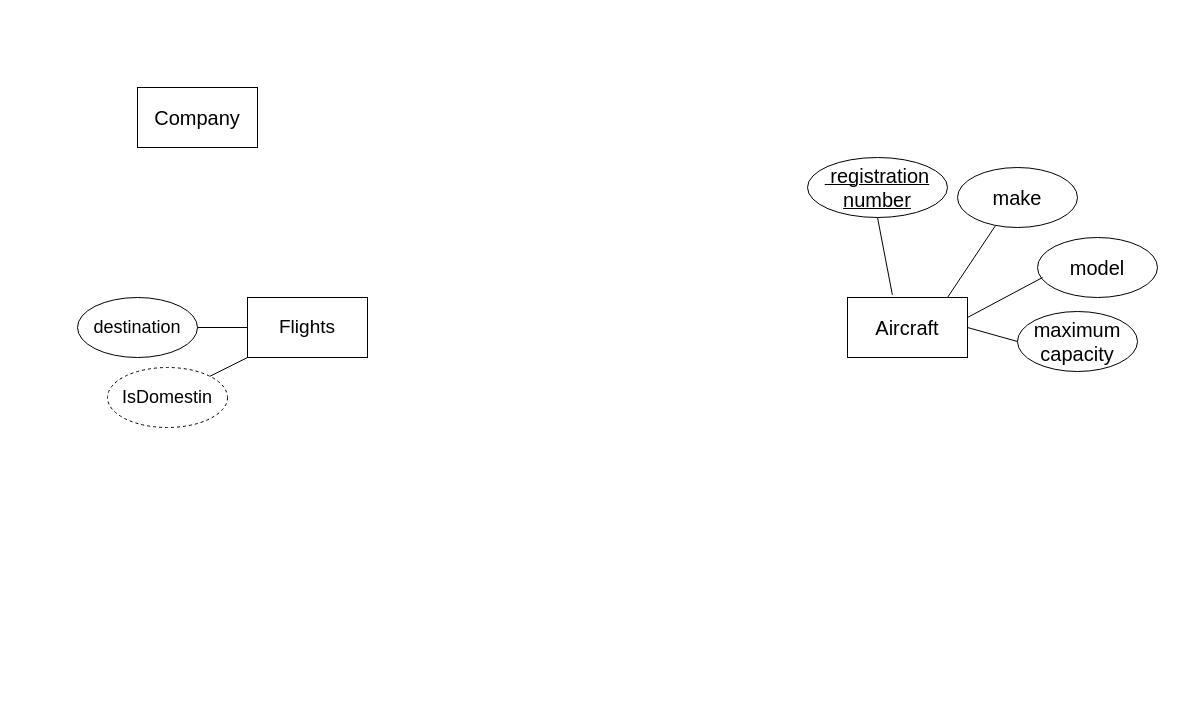
vomit21100/temp keeps this draw.io diagram as Untitled Diagram.drawio. Above is the earlier version. Source tidied: cells renumbered, new cells numbered last; positions are measured from the earlier drawing's top-left corner, leaving out a move shared by most shapes. Both pictures are drawn from the tidied source at 100%, with x=0, y=0 at pixel (77, 87).
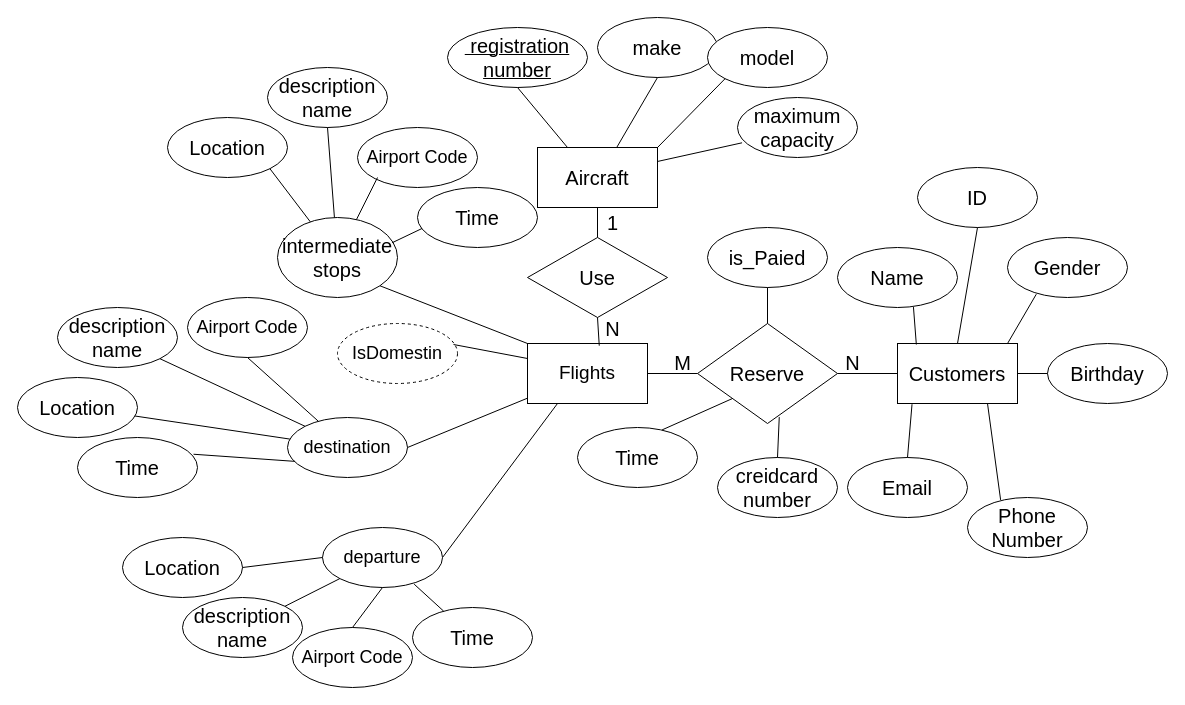
The same diagram, later.

The edit, as a diff of the source:
```diff
@@
-    <mxCell id="2" value="&lt;font style=&quot;font-size: 20px&quot;&gt;Company&lt;/font&gt;" style="rounded=0;whiteSpace=wrap;html=1;" parent="1" vertex="1">
-      <mxGeometry x="60" width="120" height="60" as="geometry" />
-    </mxCell>
     <mxCell id="3" value="&lt;font style=&quot;font-size: 20px&quot;&gt;Aircraft&lt;/font&gt;" style="rounded=0;whiteSpace=wrap;html=1;" parent="1" vertex="1">
-      <mxGeometry x="770" y="210" width="120" height="60" as="geometry" />
+      <mxGeometry x="460" y="60" width="120" height="60" as="geometry" />
     </mxCell>
     <mxCell id="4" value="&lt;u&gt;&lt;font style=&quot;font-size: 20px&quot;&gt;&amp;nbsp;registration number&lt;/font&gt;&lt;/u&gt;" style="ellipse;whiteSpace=wrap;html=1;" parent="1" vertex="1">
-      <mxGeometry x="730" y="70" width="140" height="60" as="geometry" />
+      <mxGeometry x="370" y="-60" width="140" height="60" as="geometry" />
     </mxCell>
-    <mxCell id="5" style="endArrow=none;html=1;rounded=0;entryX=0.5;entryY=1;entryDx=0;entryDy=0;exitX=0.374;exitY=-0.044;exitDx=0;exitDy=0;exitPerimeter=0;" parent="1" edge="1" source="3" target="4">
+    <mxCell id="5" style="endArrow=none;html=1;rounded=0;entryX=0.5;entryY=1;entryDx=0;entryDy=0;exitX=0.25;exitY=0;exitDx=0;exitDy=0;" parent="1" edge="1" source="3" target="4">
       <mxGeometry relative="1" as="geometry" />
     </mxCell>
     <mxCell id="6" value="&lt;font style=&quot;font-size: 20px&quot;&gt;make&lt;/font&gt;" style="ellipse;whiteSpace=wrap;html=1;" parent="1" vertex="1">
-      <mxGeometry x="880" y="80" width="120" height="60" as="geometry" />
+      <mxGeometry x="520" y="-70" width="120" height="60" as="geometry" />
     </mxCell>
     <mxCell id="7" value="&lt;font style=&quot;font-size: 20px&quot;&gt;model&lt;/font&gt;" style="ellipse;whiteSpace=wrap;html=1;" parent="1" vertex="1">
-      <mxGeometry x="960" y="150" width="120" height="60" as="geometry" />
+      <mxGeometry x="630" y="-60" width="120" height="60" as="geometry" />
     </mxCell>
     <mxCell id="8" value="&lt;font style=&quot;font-size: 20px&quot;&gt;maximum capacity&lt;/font&gt;" style="ellipse;whiteSpace=wrap;html=1;" parent="1" vertex="1">
-      <mxGeometry x="940" y="224" width="120" height="60" as="geometry" />
+      <mxGeometry x="660" y="10" width="120" height="60" as="geometry" />
     </mxCell>
-    <mxCell id="9" style="endArrow=none;html=1;rounded=0;entryX=0.317;entryY=0.967;entryDx=0;entryDy=0;entryPerimeter=0;" parent="1" edge="1" target="6">
-      <mxGeometry relative="1" as="geometry">
-        <mxPoint x="870" y="210" as="sourcePoint" />
-      </mxGeometry>
+    <mxCell id="9" style="endArrow=none;html=1;rounded=0;entryX=0.5;entryY=1;entryDx=0;entryDy=0;exitX=0.662;exitY=-0.007;exitDx=0;exitDy=0;exitPerimeter=0;" parent="1" edge="1" source="3" target="6">
+      <mxGeometry relative="1" as="geometry" />
     </mxCell>
-    <mxCell id="10" style="endArrow=none;html=1;rounded=0;entryX=0.042;entryY=0.667;entryDx=0;entryDy=0;entryPerimeter=0;" parent="1" edge="1" target="7">
-      <mxGeometry relative="1" as="geometry">
-        <mxPoint x="890" y="230" as="sourcePoint" />
-      </mxGeometry>
+    <mxCell id="10" style="endArrow=none;html=1;rounded=0;entryX=0;entryY=1;entryDx=0;entryDy=0;exitX=1;exitY=0;exitDx=0;exitDy=0;" parent="1" edge="1" source="3" target="7">
+      <mxGeometry relative="1" as="geometry" />
     </mxCell>
-    <mxCell id="11" style="endArrow=none;html=1;rounded=0;entryX=0;entryY=0.5;entryDx=0;entryDy=0;" parent="1" edge="1" target="8">
-      <mxGeometry relative="1" as="geometry">
-        <mxPoint x="890" y="240" as="sourcePoint" />
-      </mxGeometry>
+    <mxCell id="11" style="endArrow=none;html=1;rounded=0;entryX=0.038;entryY=0.755;entryDx=0;entryDy=0;entryPerimeter=0;exitX=1;exitY=0.233;exitDx=0;exitDy=0;exitPerimeter=0;" parent="1" edge="1" source="3" target="8">
+      <mxGeometry relative="1" as="geometry" />
     </mxCell>
     <mxCell id="12" value="&lt;font style=&quot;font-size: 19px&quot;&gt;Flights&lt;/font&gt;" style="rounded=0;whiteSpace=wrap;html=1;" parent="1" vertex="1">
-      <mxGeometry x="170" y="210" width="120" height="60" as="geometry" />
+      <mxGeometry x="450" y="256" width="120" height="60" as="geometry" />
     </mxCell>
     <mxCell id="13" value="&lt;font style=&quot;font-size: 18px&quot;&gt;destination&lt;/font&gt;" style="ellipse;whiteSpace=wrap;html=1;" parent="1" vertex="1">
-      <mxGeometry y="210" width="120" height="60" as="geometry" />
+      <mxGeometry x="210" y="330" width="120" height="60" as="geometry" />
     </mxCell>
-    <mxCell id="14" style="endArrow=none;html=1;rounded=0;fontSize=20;" parent="1" edge="1" target="12">
-      <mxGeometry relative="1" as="geometry">
-        <mxPoint x="120" y="240" as="sourcePoint" />
-      </mxGeometry>
+    <mxCell id="14" style="endArrow=none;html=1;rounded=0;fontSize=20;exitX=1;exitY=0.5;exitDx=0;exitDy=0;" parent="1" edge="1" source="13" target="12">
+      <mxGeometry relative="1" as="geometry" />
     </mxCell>
     <mxCell id="15" value="&lt;span style=&quot;font-size: 18px&quot;&gt;IsDomestin&lt;/span&gt;" style="ellipse;whiteSpace=wrap;html=1;dashed=1;" parent="1" vertex="1">
-      <mxGeometry x="30" y="280" width="120" height="60" as="geometry" />
+      <mxGeometry x="260" y="236" width="120" height="60" as="geometry" />
     </mxCell>
-    <mxCell id="16" style="endArrow=none;html=1;rounded=0;fontSize=20;entryX=0;entryY=1;entryDx=0;entryDy=0;exitX=1;exitY=0;exitDx=0;exitDy=0;" parent="1" edge="1" source="15" target="12">
+    <mxCell id="16" style="endArrow=none;html=1;rounded=0;fontSize=20;entryX=0;entryY=0.25;entryDx=0;entryDy=0;exitX=0.967;exitY=0.35;exitDx=0;exitDy=0;exitPerimeter=0;" parent="1" edge="1" source="15" target="12">
       <mxGeometry relative="1" as="geometry" />
     </mxCell>
+    <mxCell id="17" style="endArrow=none;html=1;rounded=0;fontSize=20;entryX=0.25;entryY=1;entryDx=0;entryDy=0;exitX=1;exitY=0.5;exitDx=0;exitDy=0;" parent="1" edge="1" source="18" target="12">
+      <mxGeometry relative="1" as="geometry" />
+    </mxCell>
+    <mxCell id="18" value="&lt;span style=&quot;font-size: 18px&quot;&gt;departure&lt;/span&gt;" style="ellipse;whiteSpace=wrap;html=1;" parent="1" vertex="1">
+      <mxGeometry x="245" y="440" width="120" height="60" as="geometry" />
+    </mxCell>
+    <mxCell id="19" value="&lt;span style=&quot;font-size: 18px&quot;&gt;Airport Code&lt;/span&gt;" style="ellipse;whiteSpace=wrap;html=1;" parent="1" vertex="1">
+      <mxGeometry x="110" y="210" width="120" height="60" as="geometry" />
+    </mxCell>
+    <mxCell id="20" style="endArrow=none;html=1;rounded=0;fontSize=20;entryX=0.5;entryY=1;entryDx=0;entryDy=0;" parent="1" edge="1" source="13" target="19">
+      <mxGeometry relative="1" as="geometry" />
+    </mxCell>
+    <mxCell id="21" value="&lt;font style=&quot;font-size: 20px&quot;&gt;description name&lt;/font&gt;" style="ellipse;whiteSpace=wrap;html=1;" parent="1" vertex="1">
+      <mxGeometry x="-20" y="220" width="120" height="60" as="geometry" />
+    </mxCell>
+    <mxCell id="22" value="&lt;font style=&quot;font-size: 20px&quot;&gt;Location&lt;/font&gt;" style="ellipse;whiteSpace=wrap;html=1;" parent="1" vertex="1">
+      <mxGeometry x="-60" y="290" width="120" height="60" as="geometry" />
+    </mxCell>
+    <mxCell id="23" style="endArrow=none;html=1;rounded=0;fontSize=20;entryX=1;entryY=1;entryDx=0;entryDy=0;exitX=0;exitY=0;exitDx=0;exitDy=0;" parent="1" edge="1" source="13" target="21">
+      <mxGeometry relative="1" as="geometry" />
+    </mxCell>
+    <mxCell id="24" style="endArrow=none;html=1;rounded=0;fontSize=20;" parent="1" edge="1" source="13" target="22">
+      <mxGeometry relative="1" as="geometry" />
+    </mxCell>
+    <mxCell id="25" value="&lt;span style=&quot;font-size: 18px&quot;&gt;Airport Code&lt;/span&gt;" style="ellipse;whiteSpace=wrap;html=1;" parent="1" vertex="1">
+      <mxGeometry x="215" y="540" width="120" height="60" as="geometry" />
+    </mxCell>
+    <mxCell id="26" value="&lt;font style=&quot;font-size: 20px&quot;&gt;description name&lt;/font&gt;" style="ellipse;whiteSpace=wrap;html=1;" parent="1" vertex="1">
+      <mxGeometry x="105" y="510" width="120" height="60" as="geometry" />
+    </mxCell>
+    <mxCell id="27" value="&lt;font style=&quot;font-size: 20px&quot;&gt;Location&lt;/font&gt;" style="ellipse;whiteSpace=wrap;html=1;" parent="1" vertex="1">
+      <mxGeometry x="45" y="450" width="120" height="60" as="geometry" />
+    </mxCell>
+    <mxCell id="28" style="endArrow=none;html=1;rounded=0;fontSize=20;exitX=0.5;exitY=0;exitDx=0;exitDy=0;entryX=0.5;entryY=1;entryDx=0;entryDy=0;" parent="1" edge="1" source="25" target="18">
+      <mxGeometry relative="1" as="geometry" />
+    </mxCell>
+    <mxCell id="29" style="endArrow=none;html=1;rounded=0;fontSize=20;exitX=1;exitY=0;exitDx=0;exitDy=0;" parent="1" edge="1" source="26" target="18">
+      <mxGeometry relative="1" as="geometry" />
+    </mxCell>
+    <mxCell id="30" style="endArrow=none;html=1;rounded=0;fontSize=20;exitX=1;exitY=0.5;exitDx=0;exitDy=0;entryX=0;entryY=0.5;entryDx=0;entryDy=0;" parent="1" edge="1" source="27" target="18">
+      <mxGeometry relative="1" as="geometry" />
+    </mxCell>
+    <mxCell id="31" value="&lt;span style=&quot;font-size: 18px&quot;&gt;Airport Code&lt;/span&gt;" style="ellipse;whiteSpace=wrap;html=1;" parent="1" vertex="1">
+      <mxGeometry x="280" y="40" width="120" height="60" as="geometry" />
+    </mxCell>
+    <mxCell id="32" value="&lt;font style=&quot;font-size: 20px&quot;&gt;description name&lt;/font&gt;" style="ellipse;whiteSpace=wrap;html=1;" parent="1" vertex="1">
+      <mxGeometry x="190" y="-20" width="120" height="60" as="geometry" />
+    </mxCell>
+    <mxCell id="33" value="&lt;font style=&quot;font-size: 20px&quot;&gt;Location&lt;/font&gt;" style="ellipse;whiteSpace=wrap;html=1;" parent="1" vertex="1">
+      <mxGeometry x="90" y="30" width="120" height="60" as="geometry" />
+    </mxCell>
+    <mxCell id="34" value="intermediate stops" style="ellipse;whiteSpace=wrap;html=1;fontSize=20;align=center;" parent="1" vertex="1">
+      <mxGeometry x="200" y="130" width="120" height="80" as="geometry" />
+    </mxCell>
+    <mxCell id="35" style="endArrow=none;html=1;rounded=0;fontSize=20;" parent="1" edge="1" source="34">
+      <mxGeometry relative="1" as="geometry">
+        <mxPoint x="300" y="90" as="targetPoint" />
+      </mxGeometry>
+    </mxCell>
+    <mxCell id="36" style="endArrow=none;html=1;rounded=0;fontSize=20;entryX=0.5;entryY=1;entryDx=0;entryDy=0;" parent="1" edge="1" source="34" target="32">
+      <mxGeometry relative="1" as="geometry" />
+    </mxCell>
+    <mxCell id="37" style="endArrow=none;html=1;rounded=0;fontSize=20;entryX=1;entryY=1;entryDx=0;entryDy=0;" parent="1" edge="1" source="34" target="33">
+      <mxGeometry relative="1" as="geometry" />
+    </mxCell>
+    <mxCell id="38" style="endArrow=none;html=1;rounded=0;fontSize=20;entryX=1;entryY=1;entryDx=0;entryDy=0;exitX=0;exitY=0;exitDx=0;exitDy=0;" parent="1" edge="1" source="12" target="34">
+      <mxGeometry relative="1" as="geometry" />
+    </mxCell>
+    <mxCell id="39" value="Use" style="rhombus;whiteSpace=wrap;html=1;fontSize=20;align=center;" parent="1" vertex="1">
+      <mxGeometry x="450" y="150" width="140" height="80" as="geometry" />
+    </mxCell>
+    <mxCell id="40" style="endArrow=none;html=1;rounded=0;fontSize=20;entryX=0.5;entryY=1;entryDx=0;entryDy=0;exitX=0.598;exitY=0.036;exitDx=0;exitDy=0;exitPerimeter=0;" parent="1" edge="1" source="12" target="39">
+      <mxGeometry relative="1" as="geometry" />
+    </mxCell>
+    <mxCell id="41" style="endArrow=none;html=1;rounded=0;fontSize=20;entryX=0.5;entryY=1;entryDx=0;entryDy=0;" parent="1" edge="1" source="39" target="3">
+      <mxGeometry relative="1" as="geometry" />
+    </mxCell>
+    <mxCell id="42" value="1" style="text;html=1;align=center;verticalAlign=middle;strokeColor=none;fillColor=none;fontSize=20;" parent="1" vertex="1">
+      <mxGeometry x="520" y="120" width="30" height="30" as="geometry" />
+    </mxCell>
+    <mxCell id="43" value="N" style="text;html=1;align=center;verticalAlign=middle;strokeColor=none;fillColor=none;fontSize=20;" parent="1" vertex="1">
+      <mxGeometry x="520" y="226" width="30" height="30" as="geometry" />
+    </mxCell>
+    <mxCell id="44" style="endArrow=none;html=1;rounded=0;fontSize=20;exitX=1;exitY=0.5;exitDx=0;exitDy=0;" parent="1" edge="1" source="12" target="45">
+      <mxGeometry relative="1" as="geometry" />
+    </mxCell>
+    <mxCell id="45" value="Reserve" style="rhombus;whiteSpace=wrap;html=1;fontSize=20;align=center;" parent="1" vertex="1">
+      <mxGeometry x="620" y="236" width="140" height="100" as="geometry" />
+    </mxCell>
+    <mxCell id="46" value="Customers" style="rounded=0;whiteSpace=wrap;html=1;fontSize=20;align=center;" parent="1" vertex="1">
+      <mxGeometry x="820" y="256" width="120" height="60" as="geometry" />
+    </mxCell>
+    <mxCell id="47" style="endArrow=none;html=1;rounded=0;fontSize=20;exitX=1;exitY=0.5;exitDx=0;exitDy=0;entryX=0;entryY=0.5;entryDx=0;entryDy=0;" parent="1" edge="1" source="45" target="46">
+      <mxGeometry relative="1" as="geometry" />
+    </mxCell>
+    <mxCell id="48" value="N" style="text;html=1;align=center;verticalAlign=middle;strokeColor=none;fillColor=none;fontSize=20;" parent="1" vertex="1">
+      <mxGeometry x="760" y="260" width="30" height="30" as="geometry" />
+    </mxCell>
+    <mxCell id="49" value="M" style="text;html=1;align=center;verticalAlign=middle;strokeColor=none;fillColor=none;fontSize=20;" parent="1" vertex="1">
+      <mxGeometry x="590" y="260" width="30" height="30" as="geometry" />
+    </mxCell>
+    <mxCell id="50" value="&lt;font style=&quot;font-size: 20px&quot;&gt;Name&lt;/font&gt;" style="ellipse;whiteSpace=wrap;html=1;" parent="1" vertex="1">
+      <mxGeometry x="760" y="160" width="120" height="60" as="geometry" />
+    </mxCell>
+    <mxCell id="51" value="&lt;font style=&quot;font-size: 20px&quot;&gt;ID&lt;/font&gt;" style="ellipse;whiteSpace=wrap;html=1;" parent="1" vertex="1">
+      <mxGeometry x="840" y="80" width="120" height="60" as="geometry" />
+    </mxCell>
+    <mxCell id="52" value="&lt;font style=&quot;font-size: 20px&quot;&gt;Gender&lt;/font&gt;" style="ellipse;whiteSpace=wrap;html=1;" parent="1" vertex="1">
+      <mxGeometry x="930" y="150" width="120" height="60" as="geometry" />
+    </mxCell>
+    <mxCell id="53" value="&lt;font style=&quot;font-size: 20px&quot;&gt;Birthday&lt;/font&gt;" style="ellipse;whiteSpace=wrap;html=1;" parent="1" vertex="1">
+      <mxGeometry x="970" y="256" width="120" height="60" as="geometry" />
+    </mxCell>
+    <mxCell id="54" value="&lt;font style=&quot;font-size: 20px&quot;&gt;Phone Number&lt;/font&gt;" style="ellipse;whiteSpace=wrap;html=1;" parent="1" vertex="1">
+      <mxGeometry x="890" y="410" width="120" height="60" as="geometry" />
+    </mxCell>
+    <mxCell id="55" value="&lt;font style=&quot;font-size: 20px&quot;&gt;Email&lt;/font&gt;" style="ellipse;whiteSpace=wrap;html=1;" parent="1" vertex="1">
+      <mxGeometry x="770" y="370" width="120" height="60" as="geometry" />
+    </mxCell>
+    <mxCell id="56" value="&lt;font style=&quot;font-size: 20px&quot;&gt;Time&lt;/font&gt;" style="ellipse;whiteSpace=wrap;html=1;" parent="1" vertex="1">
+      <mxGeometry x="500" y="340" width="120" height="60" as="geometry" />
+    </mxCell>
+    <mxCell id="57" value="&lt;font style=&quot;font-size: 20px&quot;&gt;creidcard number&lt;/font&gt;" style="ellipse;whiteSpace=wrap;html=1;" parent="1" vertex="1">
+      <mxGeometry x="640" y="370" width="120" height="60" as="geometry" />
+    </mxCell>
+    <mxCell id="58" value="&lt;font style=&quot;font-size: 20px&quot;&gt;is_Paied&lt;/font&gt;" style="ellipse;whiteSpace=wrap;html=1;" parent="1" vertex="1">
+      <mxGeometry x="630" y="140" width="120" height="60" as="geometry" />
+    </mxCell>
+    <mxCell id="59" style="endArrow=none;html=1;rounded=0;fontSize=20;entryX=0.633;entryY=0.993;entryDx=0;entryDy=0;exitX=0.157;exitY=0.017;exitDx=0;exitDy=0;exitPerimeter=0;entryPerimeter=0;" parent="1" edge="1" source="46" target="50">
+      <mxGeometry relative="1" as="geometry" />
+    </mxCell>
+    <mxCell id="60" style="endArrow=none;html=1;rounded=0;fontSize=20;entryX=0;entryY=0.5;entryDx=0;entryDy=0;exitX=1;exitY=0.5;exitDx=0;exitDy=0;" parent="1" edge="1" source="46" target="53">
+      <mxGeometry relative="1" as="geometry" />
+    </mxCell>
+    <mxCell id="61" style="endArrow=none;html=1;rounded=0;fontSize=20;exitX=0.917;exitY=0;exitDx=0;exitDy=0;exitPerimeter=0;entryX=0.24;entryY=0.945;entryDx=0;entryDy=0;entryPerimeter=0;" parent="1" edge="1" source="46" target="52">
+      <mxGeometry relative="1" as="geometry" />
+    </mxCell>
+    <mxCell id="62" style="endArrow=none;html=1;rounded=0;fontSize=20;exitX=0.5;exitY=0;exitDx=0;exitDy=0;entryX=0.5;entryY=1;entryDx=0;entryDy=0;" parent="1" edge="1" source="46" target="51">
+      <mxGeometry relative="1" as="geometry" />
+    </mxCell>
+    <mxCell id="63" style="endArrow=none;html=1;rounded=0;fontSize=20;entryX=0.5;entryY=0;entryDx=0;entryDy=0;exitX=0.121;exitY=1.012;exitDx=0;exitDy=0;exitPerimeter=0;" parent="1" edge="1" source="46" target="55">
+      <mxGeometry relative="1" as="geometry" />
+    </mxCell>
+    <mxCell id="64" style="endArrow=none;html=1;rounded=0;fontSize=20;entryX=0.276;entryY=0.04;entryDx=0;entryDy=0;entryPerimeter=0;exitX=0.75;exitY=1;exitDx=0;exitDy=0;" parent="1" edge="1" source="46" target="54">
+      <mxGeometry relative="1" as="geometry" />
+    </mxCell>
+    <mxCell id="65" value="&lt;font style=&quot;font-size: 20px&quot;&gt;Time&lt;/font&gt;" style="ellipse;whiteSpace=wrap;html=1;" parent="1" vertex="1">
+      <mxGeometry y="350" width="120" height="60" as="geometry" />
+    </mxCell>
+    <mxCell id="66" value="&lt;font style=&quot;font-size: 20px&quot;&gt;Time&lt;/font&gt;" style="ellipse;whiteSpace=wrap;html=1;" parent="1" vertex="1">
+      <mxGeometry x="335" y="520" width="120" height="60" as="geometry" />
+    </mxCell>
+    <mxCell id="67" value="&lt;font style=&quot;font-size: 20px&quot;&gt;Time&lt;/font&gt;" style="ellipse;whiteSpace=wrap;html=1;" parent="1" vertex="1">
+      <mxGeometry x="340" y="100" width="120" height="60" as="geometry" />
+    </mxCell>
+    <mxCell id="68" style="endArrow=none;html=1;rounded=0;fontSize=20;entryX=0.038;entryY=0.683;entryDx=0;entryDy=0;entryPerimeter=0;exitX=0.955;exitY=0.316;exitDx=0;exitDy=0;exitPerimeter=0;" parent="1" edge="1" source="34" target="67">
+      <mxGeometry relative="1" as="geometry" />
+    </mxCell>
+    <mxCell id="69" style="endArrow=none;html=1;rounded=0;fontSize=20;entryX=0.764;entryY=0.945;entryDx=0;entryDy=0;entryPerimeter=0;" parent="1" edge="1" source="66" target="18">
+      <mxGeometry relative="1" as="geometry" />
+    </mxCell>
+    <mxCell id="70" style="endArrow=none;html=1;rounded=0;fontSize=20;exitX=0.967;exitY=0.279;exitDx=0;exitDy=0;exitPerimeter=0;entryX=0.062;entryY=0.731;entryDx=0;entryDy=0;entryPerimeter=0;" parent="1" edge="1" source="65" target="13">
+      <mxGeometry relative="1" as="geometry" />
+    </mxCell>
+    <mxCell id="71" style="endArrow=none;html=1;rounded=0;fontSize=20;entryX=0.5;entryY=1;entryDx=0;entryDy=0;" parent="1" edge="1" source="45" target="58">
+      <mxGeometry relative="1" as="geometry" />
+    </mxCell>
+    <mxCell id="72" style="endArrow=none;html=1;rounded=0;fontSize=20;exitX=0.705;exitY=0.04;exitDx=0;exitDy=0;exitPerimeter=0;entryX=0;entryY=1;entryDx=0;entryDy=0;" parent="1" edge="1" source="56" target="45">
+      <mxGeometry relative="1" as="geometry" />
+    </mxCell>
+    <mxCell id="73" style="endArrow=none;html=1;rounded=0;fontSize=20;exitX=0.5;exitY=0;exitDx=0;exitDy=0;entryX=0.584;entryY=0.936;entryDx=0;entryDy=0;entryPerimeter=0;" parent="1" edge="1" source="57" target="45">
+      <mxGeometry relative="1" as="geometry" />
+    </mxCell>
```
